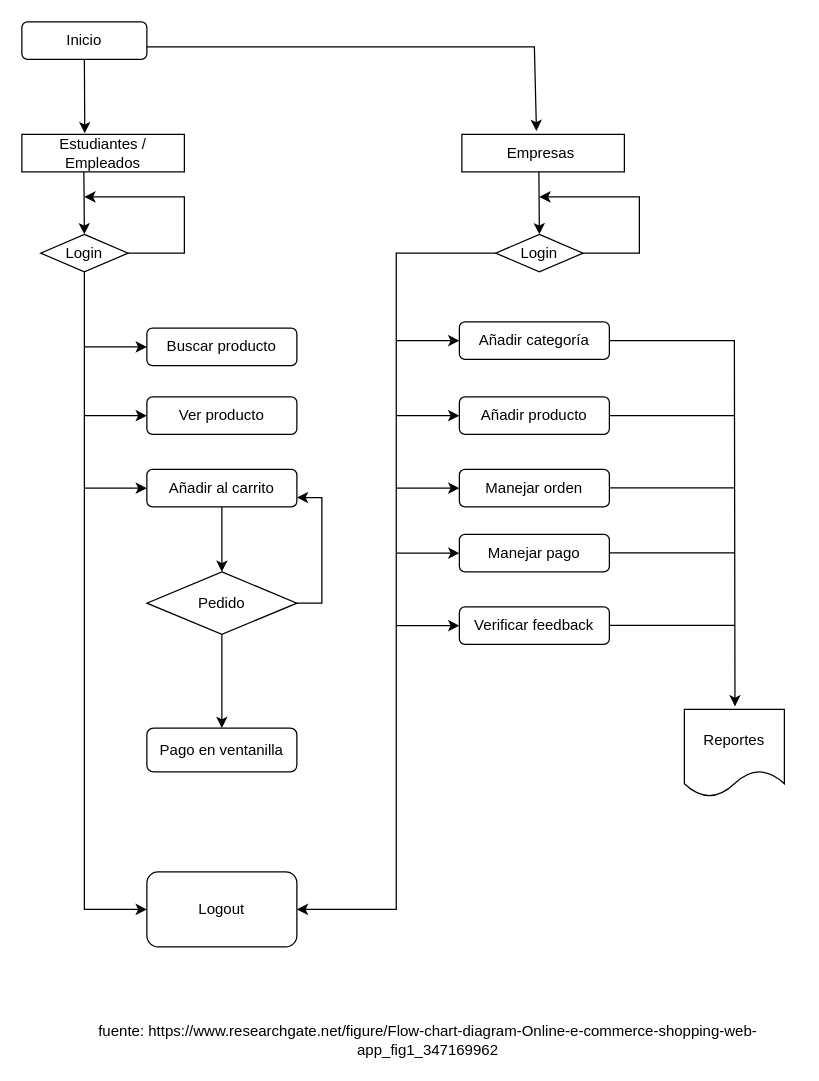
This is Diagrama de procesos.drawio from DavidTrujillo123/utn-movile-flow-char, a draw.io file, before an edit. Source tidied: cells renumbered, new cells numbered last; positions are measured from the earlier drawing's top-left corner, leaving out a move shared by most shapes. Both pictures are drawn from the tidied source at 125%, with x=0, y=0 at pixel (21, 21).
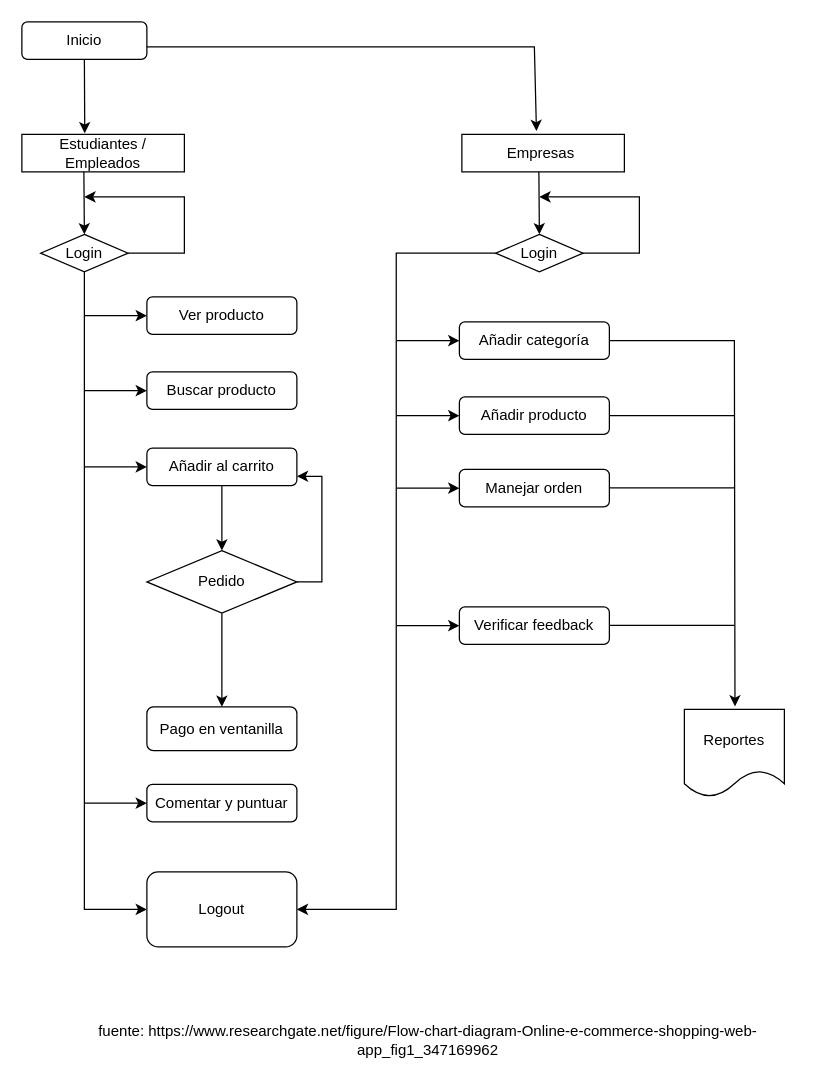
Above is the later version.

The edit, as a diff of the source:
```diff
@@
     <mxCell id="11" value="Buscar producto" style="rounded=1;whiteSpace=wrap;html=1;" parent="1" vertex="1">
-      <mxGeometry x="100" y="245" width="120" height="30" as="geometry" />
+      <mxGeometry x="100" y="280" width="120" height="30" as="geometry" />
     </mxCell>
@@
     <mxCell id="13" style="endArrow=classic;html=1;rounded=0;entryX=0;entryY=0.5;entryDx=0;entryDy=0;" parent="1" edge="1" target="11">
       <mxGeometry relative="1" as="geometry">
-        <mxPoint x="50" y="260" as="sourcePoint" />
+        <mxPoint x="50" y="295" as="sourcePoint" />
       </mxGeometry>
     </mxCell>
     <mxCell id="14" value="Ver producto" style="rounded=1;whiteSpace=wrap;html=1;" parent="1" vertex="1">
-      <mxGeometry x="100" y="300" width="120" height="30" as="geometry" />
+      <mxGeometry x="100" y="220" width="120" height="30" as="geometry" />
     </mxCell>
     <mxCell id="15" style="endArrow=classic;html=1;rounded=0;entryX=0;entryY=0.5;entryDx=0;entryDy=0;" parent="1" edge="1" target="14">
       <mxGeometry relative="1" as="geometry">
-        <mxPoint x="50" y="315" as="sourcePoint" />
+        <mxPoint x="50" y="235" as="sourcePoint" />
       </mxGeometry>
     </mxCell>
@@
     <mxCell id="17" value="Añadir al carrito" style="rounded=1;whiteSpace=wrap;html=1;" parent="1" vertex="1">
-      <mxGeometry x="100" y="358" width="120" height="30" as="geometry" />
+      <mxGeometry x="100" y="341" width="120" height="30" as="geometry" />
     </mxCell>
     <mxCell id="18" style="endArrow=classic;html=1;rounded=0;entryX=0;entryY=0.5;entryDx=0;entryDy=0;" parent="1" edge="1" target="17">
       <mxGeometry relative="1" as="geometry">
-        <mxPoint x="50" y="373" as="sourcePoint" />
+        <mxPoint x="50" y="356" as="sourcePoint" />
       </mxGeometry>
     </mxCell>
@@
     <mxCell id="21" value="Pedido" style="rhombus;whiteSpace=wrap;html=1;" parent="1" vertex="1">
-      <mxGeometry x="100" y="440" width="120" height="50" as="geometry" />
+      <mxGeometry x="100" y="423" width="120" height="50" as="geometry" />
     </mxCell>
     <mxCell id="22" value="Pago en ventanilla" style="rounded=1;whiteSpace=wrap;html=1;" parent="1" vertex="1">
-      <mxGeometry x="100" y="565" width="120" height="35" as="geometry" />
+      <mxGeometry x="100" y="548" width="120" height="35" as="geometry" />
     </mxCell>
@@
-    <mxCell id="33" value="Manejar pago" style="rounded=1;whiteSpace=wrap;html=1;" parent="1" vertex="1">
-      <mxGeometry x="350" y="410" width="120" height="30" as="geometry" />
-    </mxCell>
-    <mxCell id="34" style="endArrow=classic;html=1;rounded=0;entryX=0;entryY=0.5;entryDx=0;entryDy=0;" parent="1" edge="1" target="33">
-      <mxGeometry relative="1" as="geometry">
-        <mxPoint x="300" y="425" as="sourcePoint" />
-      </mxGeometry>
-    </mxCell>
@@
-    <mxCell id="41" style="endArrow=none;html=1;rounded=0;exitX=1;exitY=0.5;exitDx=0;exitDy=0;" parent="1" edge="1">
-      <mxGeometry relative="1" as="geometry">
-        <mxPoint x="470" y="424.8" as="sourcePoint" />
-        <mxPoint x="570" y="424.8" as="targetPoint" />
-      </mxGeometry>
-    </mxCell>
@@
+    <mxCell id="44" value="Comentar y puntuar" style="rounded=1;whiteSpace=wrap;html=1;" parent="1" vertex="1">
+      <mxGeometry x="100" y="610" width="120" height="30" as="geometry" />
+    </mxCell>
+    <mxCell id="45" style="endArrow=classic;html=1;rounded=0;entryX=0;entryY=0.5;entryDx=0;entryDy=0;" parent="1" edge="1" target="44">
+      <mxGeometry relative="1" as="geometry">
+        <mxPoint x="50" y="625" as="sourcePoint" />
+      </mxGeometry>
+    </mxCell>
```
